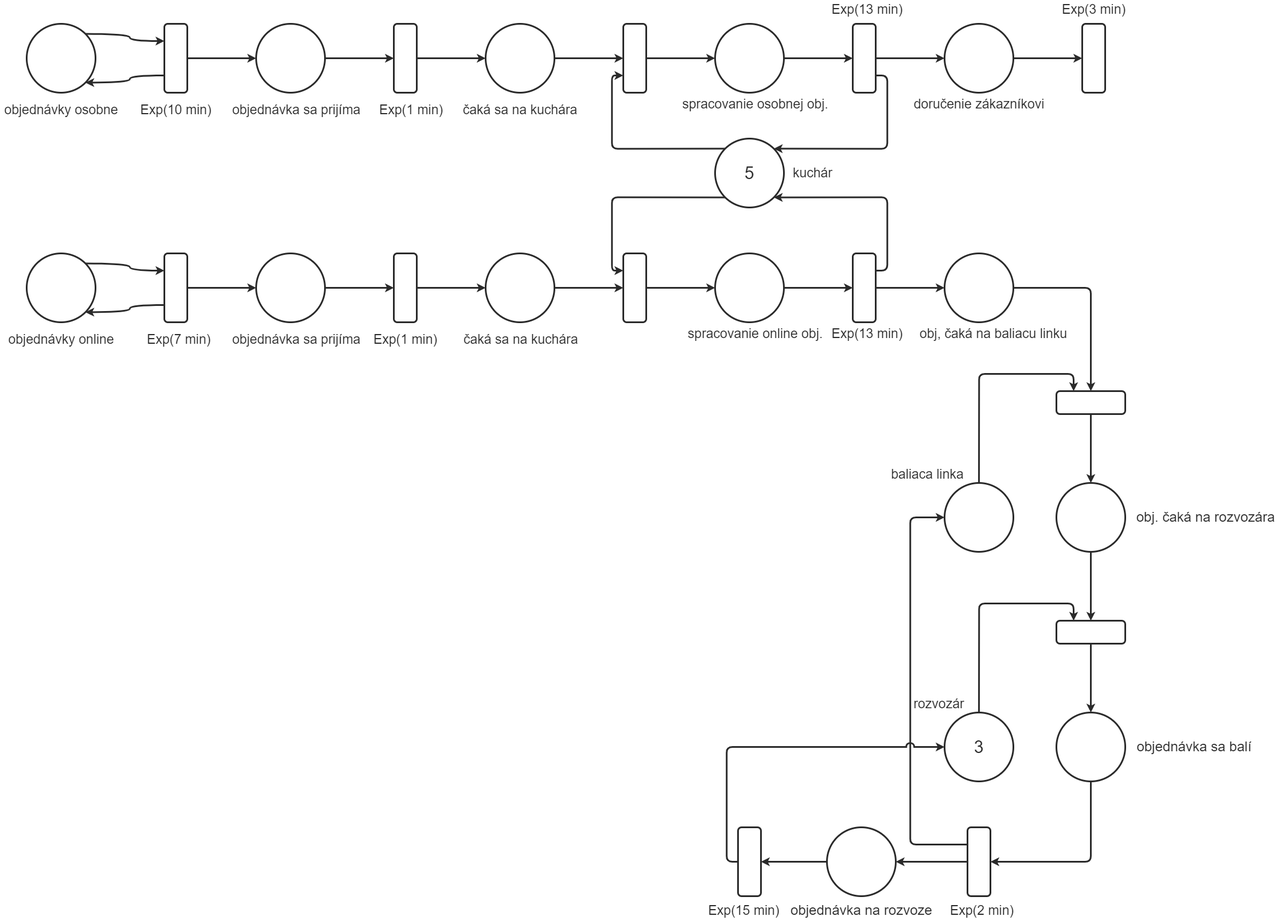
Before: docs/petriiiii.png, a diagram exported from draw.io (Mats7/ims2022). Source tidied: cells renumbered, new cells last; positions are measured from the earlier drawing's top-left corner, leaving out a move shared by most shapes.
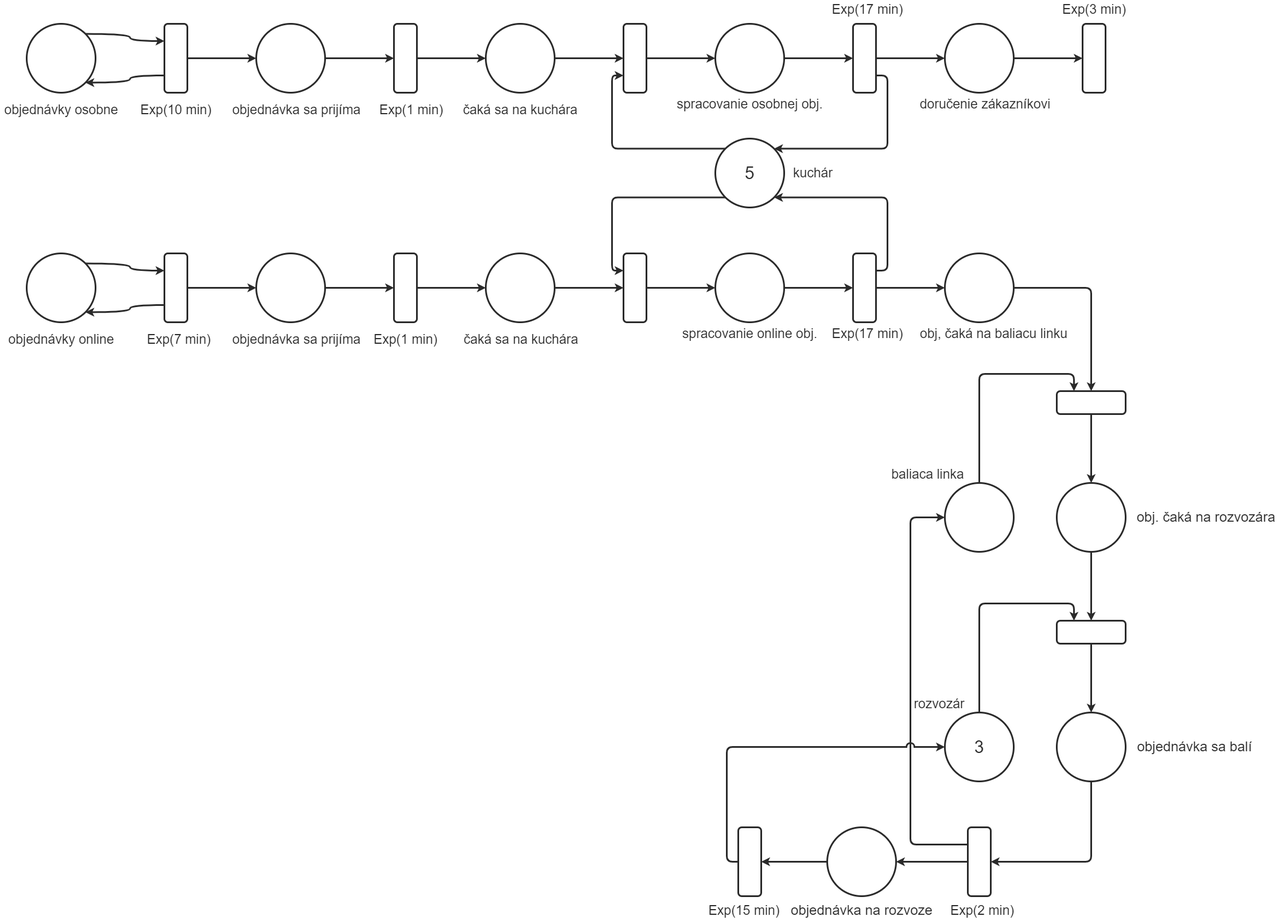
Above is the later version.

The edit, as a diff of the source:
```diff
@@ -166,13 +166,13 @@
       <mxGeometry x="1685" y="1440" width="40" height="120" as="geometry" />
     </mxCell>
     <mxCell id="48" value="spracovanie osobnej obj." style="text;align=center;verticalAlign=middle;strokeColor=none;fillColor=none;fontSize=23;fontColor=#2A2A2A;labelBackgroundColor=none;strokeWidth=3;html=1;" parent="1" vertex="1">
-      <mxGeometry x="1180" y="165" width="270" height="30" as="geometry" />
+      <mxGeometry x="1170" y="165" width="270" height="30" as="geometry" />
     </mxCell>
     <mxCell id="49" value="spracovanie online obj." style="text;align=center;verticalAlign=middle;strokeColor=none;fillColor=none;fontSize=23;labelBackgroundColor=none;fontColor=#2A2A2A;strokeWidth=3;html=1;" parent="1" vertex="1">
-      <mxGeometry x="1190" y="565" width="250" height="30" as="geometry" />
+      <mxGeometry x="1180" y="565" width="250" height="30" as="geometry" />
     </mxCell>
     <mxCell id="50" value="doručenie zákazníkovi" style="text;align=center;verticalAlign=middle;strokeColor=none;fillColor=none;fontSize=23;labelBackgroundColor=none;fontColor=#2A2A2A;strokeWidth=3;html=1;" parent="1" vertex="1">
-      <mxGeometry x="1585" y="165" width="240" height="30" as="geometry" />
+      <mxGeometry x="1595" y="165" width="240" height="30" as="geometry" />
     </mxCell>
     <mxCell id="51" value="obj, čaká na baliacu linku" style="text;align=center;verticalAlign=middle;strokeColor=none;fillColor=none;fontSize=23;labelBackgroundColor=none;fontColor=#2A2A2A;strokeWidth=3;html=1;" parent="1" vertex="1">
       <mxGeometry x="1595" y="565" width="270" height="30" as="geometry" />
@@ -204,13 +204,13 @@
     <mxCell id="60" value="Exp(10 min)" style="text;align=center;verticalAlign=middle;strokeColor=none;fillColor=none;fontSize=23;labelBackgroundColor=none;fontColor=#2A2A2A;strokeWidth=3;html=1;" parent="1" vertex="1">
       <mxGeometry x="235" y="175" width="140" height="30" as="geometry" />
     </mxCell>
-    <mxCell id="61" value="Exp(13 min)" style="text;align=center;verticalAlign=middle;strokeColor=none;fillColor=none;fontSize=23;fontColor=#2A2A2A;labelBackgroundColor=none;strokeWidth=3;html=1;" parent="1" vertex="1">
+    <mxCell id="61" value="Exp(17 min)" style="text;align=center;verticalAlign=middle;strokeColor=none;fillColor=none;fontSize=23;fontColor=#2A2A2A;labelBackgroundColor=none;strokeWidth=3;html=1;" parent="1" vertex="1">
       <mxGeometry x="1440" width="140" height="30" as="geometry" />
     </mxCell>
     <mxCell id="62" value="Exp(3 min)" style="text;align=center;verticalAlign=middle;strokeColor=none;fillColor=none;fontSize=23;fontColor=#2A2A2A;labelBackgroundColor=none;strokeWidth=3;html=1;" parent="1" vertex="1">
       <mxGeometry x="1840" width="130" height="30" as="geometry" />
     </mxCell>
-    <mxCell id="63" value="Exp(13 min)" style="text;align=center;verticalAlign=middle;strokeColor=none;fillColor=none;fontSize=23;fontColor=#2A2A2A;labelBackgroundColor=none;strokeWidth=3;html=1;" parent="1" vertex="1">
+    <mxCell id="63" value="Exp(17 min)" style="text;align=center;verticalAlign=middle;strokeColor=none;fillColor=none;fontSize=23;fontColor=#2A2A2A;labelBackgroundColor=none;strokeWidth=3;html=1;" parent="1" vertex="1">
       <mxGeometry x="1440" y="565" width="140" height="30" as="geometry" />
     </mxCell>
     <mxCell id="64" value="Exp(2 min)" style="text;align=center;verticalAlign=middle;strokeColor=none;fillColor=none;fontSize=23;fontColor=#2A2A2A;labelBackgroundColor=none;strokeWidth=3;html=1;" parent="1" vertex="1">
```
